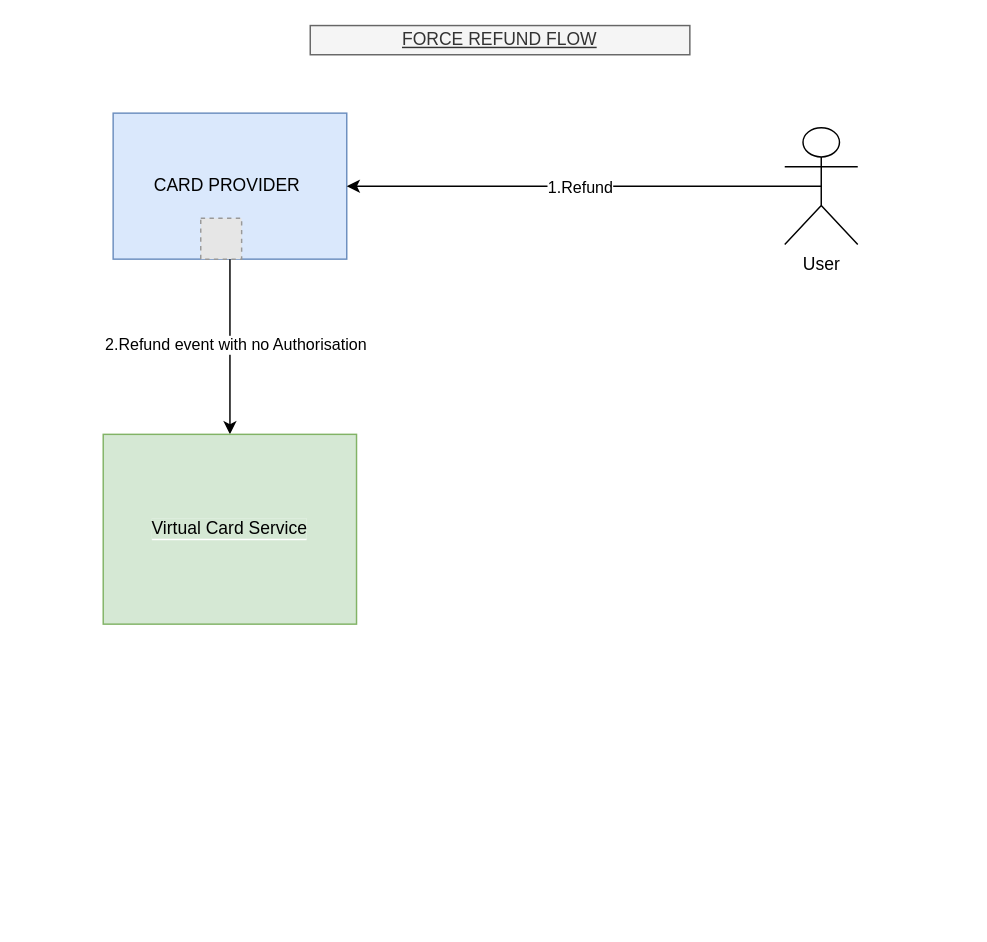
The draw.io diagram page "Force Refund" (2 of 2) of Untitled Diagram.drawio in DogukanZengin/diagrams, before the edit. Source tidied: cells renumbered, new cells numbered last; positions are measured from the earlier drawing's top-left corner, leaving out a move shared by most shapes. Both pictures are drawn from the tidied source at 146%, with x=0, y=0 at pixel (102, 25). Pictures stored in the file or linked from it are replaced by grey dashed boxes.
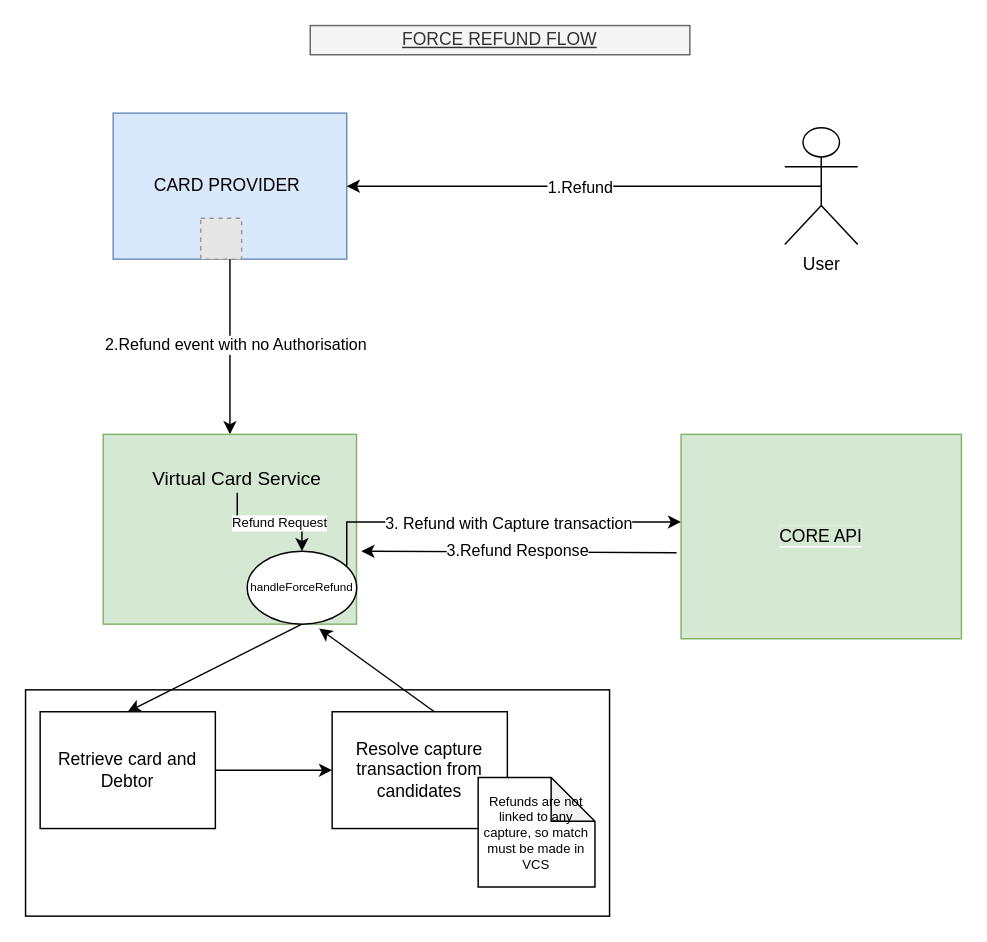
The same diagram, later.

Change to the diagram source:
```diff
@@
+    <mxCell id="12" style="rounded=0;whiteSpace=wrap;html=1;fontSize=11;" parent="1" vertex="1">
+      <mxGeometry x="-53" y="455" width="400" height="155" as="geometry" />
+    </mxCell>
@@
-    <mxCell id="11" value="&lt;span style=&quot;background-color: rgb(213 , 232 , 212)&quot;&gt;Virtual Card Service&lt;/span&gt;" style="whiteSpace=wrap;html=1;verticalAlign=middle;labelBackgroundColor=#ffffff;align=center;fillColor=#d5e8d4;strokeColor=#82b366;" parent="1" vertex="1">
+    <mxCell id="11" style="whiteSpace=wrap;html=1;verticalAlign=middle;labelBackgroundColor=#ffffff;align=center;fillColor=#d5e8d4;strokeColor=#82b366;" parent="1" vertex="1">
       <mxGeometry x="0.2" y="280" width="173.5" height="130" as="geometry" />
     </mxCell>
+    <mxCell id="13" style="edgeStyle=orthogonalEdgeStyle;rounded=0;jettySize=auto;html=1;fontSize=9;" parent="1" edge="1" target="21">
+      <mxGeometry relative="1" as="geometry">
+        <mxPoint x="167" y="370" as="sourcePoint" />
+        <Array as="points">
+          <mxPoint x="167" y="340" />
+        </Array>
+      </mxGeometry>
+    </mxCell>
+    <mxCell id="14" value="&lt;font style=&quot;font-size: 11px;&quot;&gt;3. Refund with Capture transaction&lt;/font&gt;" style="edgeLabel;html=1;align=center;verticalAlign=middle;fontSize=11;" parent="13" vertex="1">
+      <mxGeometry x="-0.2" relative="1" as="geometry">
+        <mxPoint x="36" as="offset" />
+      </mxGeometry>
+    </mxCell>
+    <mxCell id="15" value="handleForceRefund" style="ellipse;whiteSpace=wrap;html=1;fontSize=8;" parent="1" vertex="1">
+      <mxGeometry x="98.8" y="360" width="75" height="50" as="geometry" />
+    </mxCell>
+    <mxCell id="16" style="endArrow=classic;html=1;fontSize=8;exitX=0.5;exitY=1;exitDx=0;exitDy=0;" parent="1" edge="1" source="15">
+      <mxGeometry relative="1" as="geometry">
+        <mxPoint x="17" y="470" as="targetPoint" />
+      </mxGeometry>
+    </mxCell>
+    <mxCell id="17" style="edgeStyle=orthogonalEdgeStyle;rounded=0;jettySize=auto;html=1;fontSize=12;" parent="1" edge="1" source="18" target="19">
+      <mxGeometry relative="1" as="geometry" />
+    </mxCell>
+    <mxCell id="18" value="Retrieve card and Debtor" style="rounded=0;whiteSpace=wrap;html=1;fontSize=12;" parent="1" vertex="1">
+      <mxGeometry x="-43" y="470" width="120" height="80" as="geometry" />
+    </mxCell>
+    <mxCell id="19" value="Resolve capture transaction from candidates" style="rounded=0;whiteSpace=wrap;html=1;fontSize=12;" parent="1" vertex="1">
+      <mxGeometry x="157" y="470" width="120" height="80" as="geometry" />
+    </mxCell>
+    <mxCell id="20" value="Refunds are not linked to any capture, so match must be made in VCS" style="shape=note;whiteSpace=wrap;html=1;backgroundOutline=1;darkOpacity=0.05;fontSize=9;" parent="1" vertex="1">
+      <mxGeometry x="257" y="515" width="80" height="75" as="geometry" />
+    </mxCell>
+    <mxCell id="21" value="&lt;span style=&quot;background-color: rgb(213 , 232 , 212)&quot;&gt;CORE API&lt;/span&gt;" style="whiteSpace=wrap;html=1;strokeColor=#82b366;fillColor=#d5e8d4;labelBackgroundColor=#ffffff;" parent="1" vertex="1">
+      <mxGeometry x="396" y="280" width="192" height="140" as="geometry" />
+    </mxCell>
+    <mxCell id="22" style="endArrow=classic;html=1;fontSize=9;entryX=0.657;entryY=1.06;entryDx=0;entryDy=0;entryPerimeter=0;" parent="1" edge="1" target="15">
+      <mxGeometry relative="1" as="geometry">
+        <mxPoint x="227" y="470" as="sourcePoint" />
+      </mxGeometry>
+    </mxCell>
+    <mxCell id="23" style="edgeStyle=orthogonalEdgeStyle;rounded=0;jettySize=auto;html=1;fontSize=13;" parent="1" edge="1" source="25" target="15">
+      <mxGeometry relative="1" as="geometry" />
+    </mxCell>
+    <mxCell id="24" value="Refund Request" style="edgeLabel;html=1;align=center;verticalAlign=middle;fontSize=9;" parent="23" vertex="1">
+      <mxGeometry x="0.14" relative="1" as="geometry" />
+    </mxCell>
+    <mxCell id="25" value="Virtual Card Service" style="text;html=1;strokeColor=none;fillColor=none;align=center;verticalAlign=middle;whiteSpace=wrap;rounded=0;fontSize=13;" parent="1" vertex="1">
+      <mxGeometry x="27" y="300" width="130" height="20" as="geometry" />
+    </mxCell>
+    <mxCell id="26" style="endArrow=classic;html=1;fontSize=9;exitX=-0.016;exitY=0.579;exitDx=0;exitDy=0;exitPerimeter=0;" parent="1" edge="1" source="21">
+      <mxGeometry relative="1" as="geometry">
+        <mxPoint x="177" y="360" as="targetPoint" />
+      </mxGeometry>
+    </mxCell>
+    <mxCell id="27" value="3.Refund Response" style="edgeLabel;html=1;align=center;verticalAlign=middle;fontSize=11;" parent="26" vertex="1">
+      <mxGeometry x="0.01" y="-1" relative="1" as="geometry" />
+    </mxCell>
```
